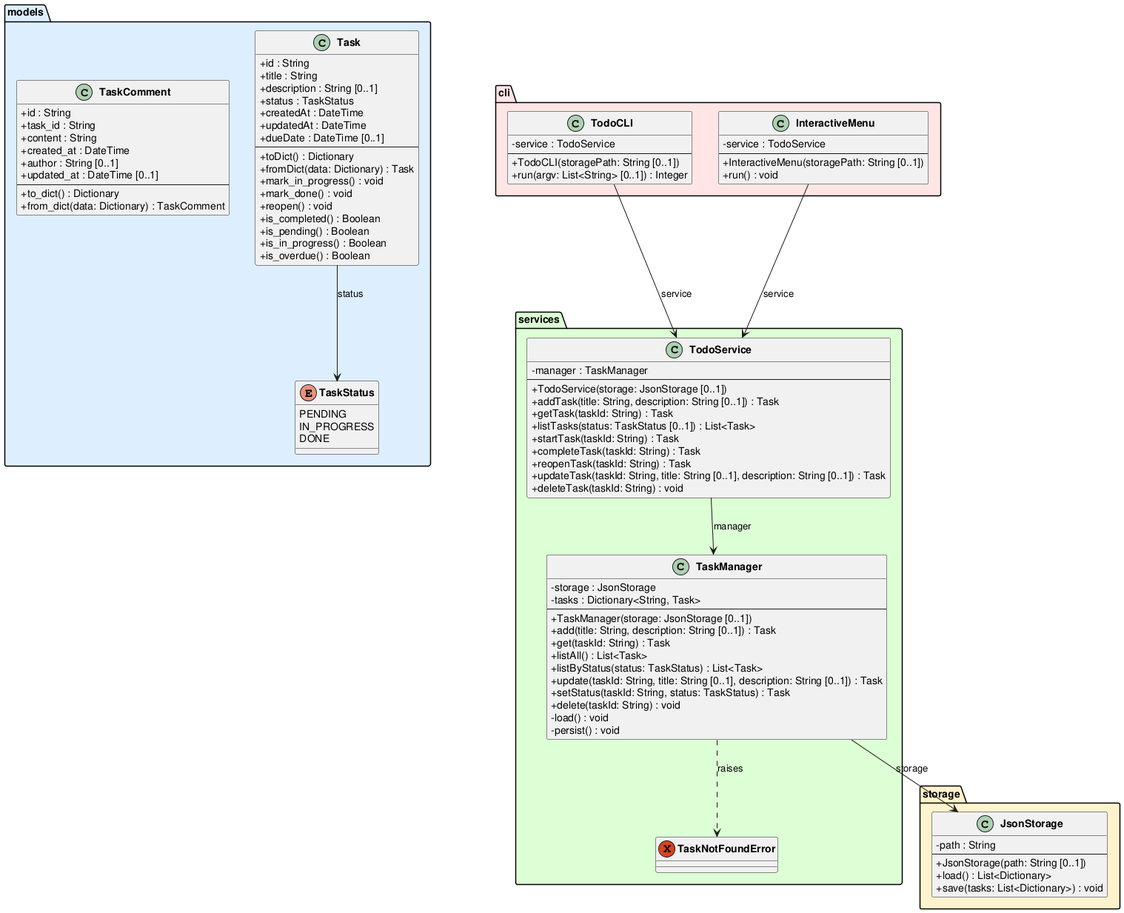
This is experiments/supervisor_as_tools/test_driven/TODO/artifacts/class_diagram.png from DanielRiha8906/Software_autoevolution_using_agents, a PlantUML export, as it was before one commit.
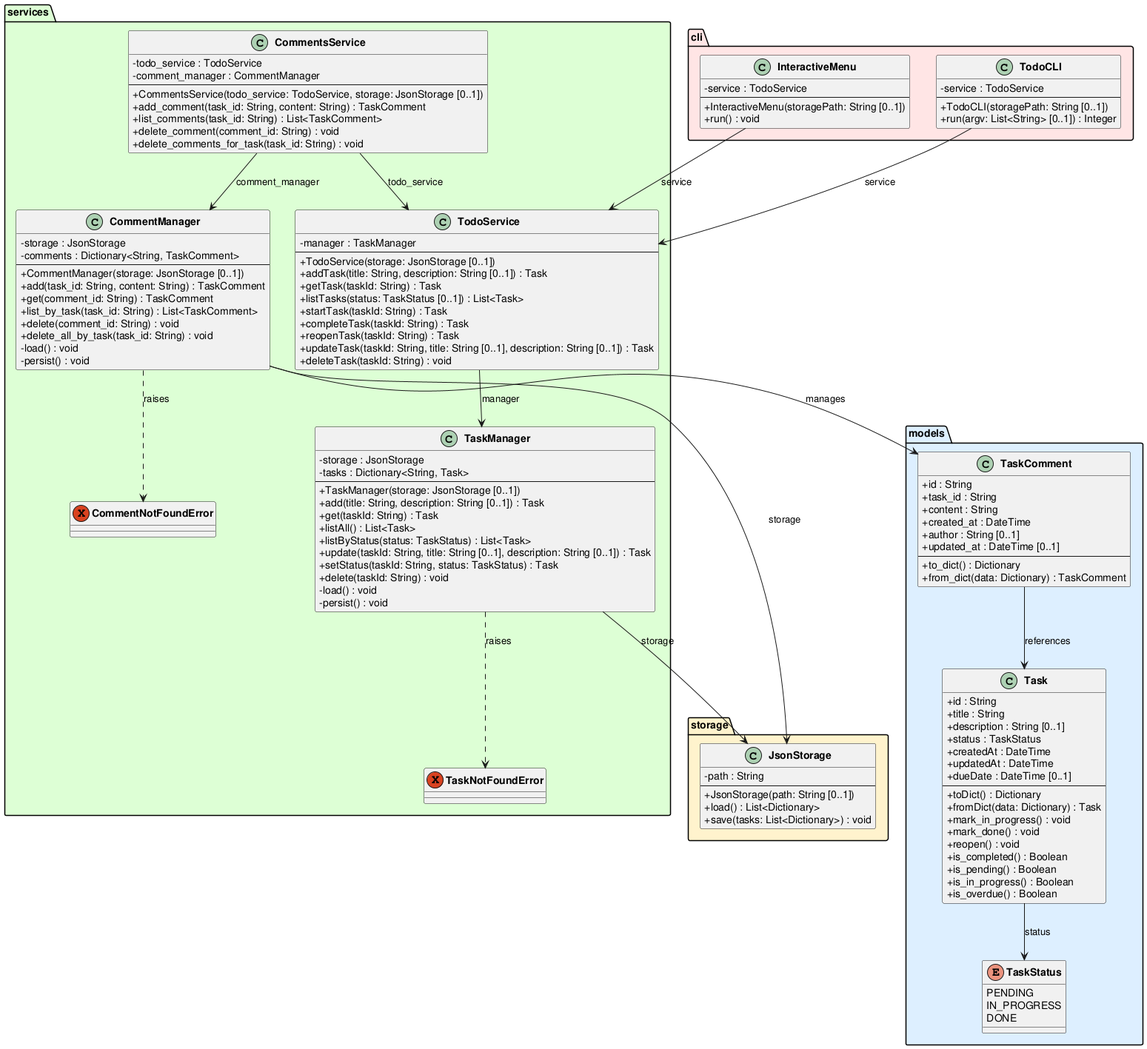
After the commit.

Change to the diagram source:
```diff
@@ -55,6 +55,7 @@
 
 package "services" #DDFFD4 {
     exception TaskNotFoundError
+    exception CommentNotFoundError
 
     class TaskManager {
         -storage : JsonStorage
@@ -72,6 +73,20 @@
         -persist() : void
     }
 
+    class CommentManager {
+        -storage : JsonStorage
+        -comments : Dictionary<String, TaskComment>
+        --
+        +CommentManager(storage: JsonStorage [0..1])
+        +add(task_id: String, content: String) : TaskComment
+        +get(comment_id: String) : TaskComment
+        +list_by_task(task_id: String) : List<TaskComment>
+        +delete(comment_id: String) : void
+        +delete_all_by_task(task_id: String) : void
+        -load() : void
+        -persist() : void
+    }
+
     class TodoService {
         -manager : TaskManager
         --
@@ -84,6 +99,17 @@
         +reopenTask(taskId: String) : Task
         +updateTask(taskId: String, title: String [0..1], description: String [0..1]) : Task
         +deleteTask(taskId: String) : void
+    }
+
+    class CommentsService {
+        -todo_service : TodoService
+        -comment_manager : CommentManager
+        --
+        +CommentsService(todo_service: TodoService, storage: JsonStorage [0..1])
+        +add_comment(task_id: String, content: String) : TaskComment
+        +list_comments(task_id: String) : List<TaskComment>
+        +delete_comment(comment_id: String) : void
+        +delete_comments_for_task(task_id: String) : void
     }
 }
 
@@ -104,9 +130,15 @@
 }
 
 Task --> TaskStatus : status
+TaskComment --> Task : references
 TaskManager --> JsonStorage : storage
 TaskManager ..> TaskNotFoundError : raises
+CommentManager --> JsonStorage : storage
+CommentManager --> TaskComment : manages
+CommentManager ..> CommentNotFoundError : raises
 TodoService --> TaskManager : manager
+CommentsService --> TodoService : todo_service
+CommentsService --> CommentManager : comment_manager
 TodoCLI --> TodoService : service
 InteractiveMenu --> TodoService : service
 
```
